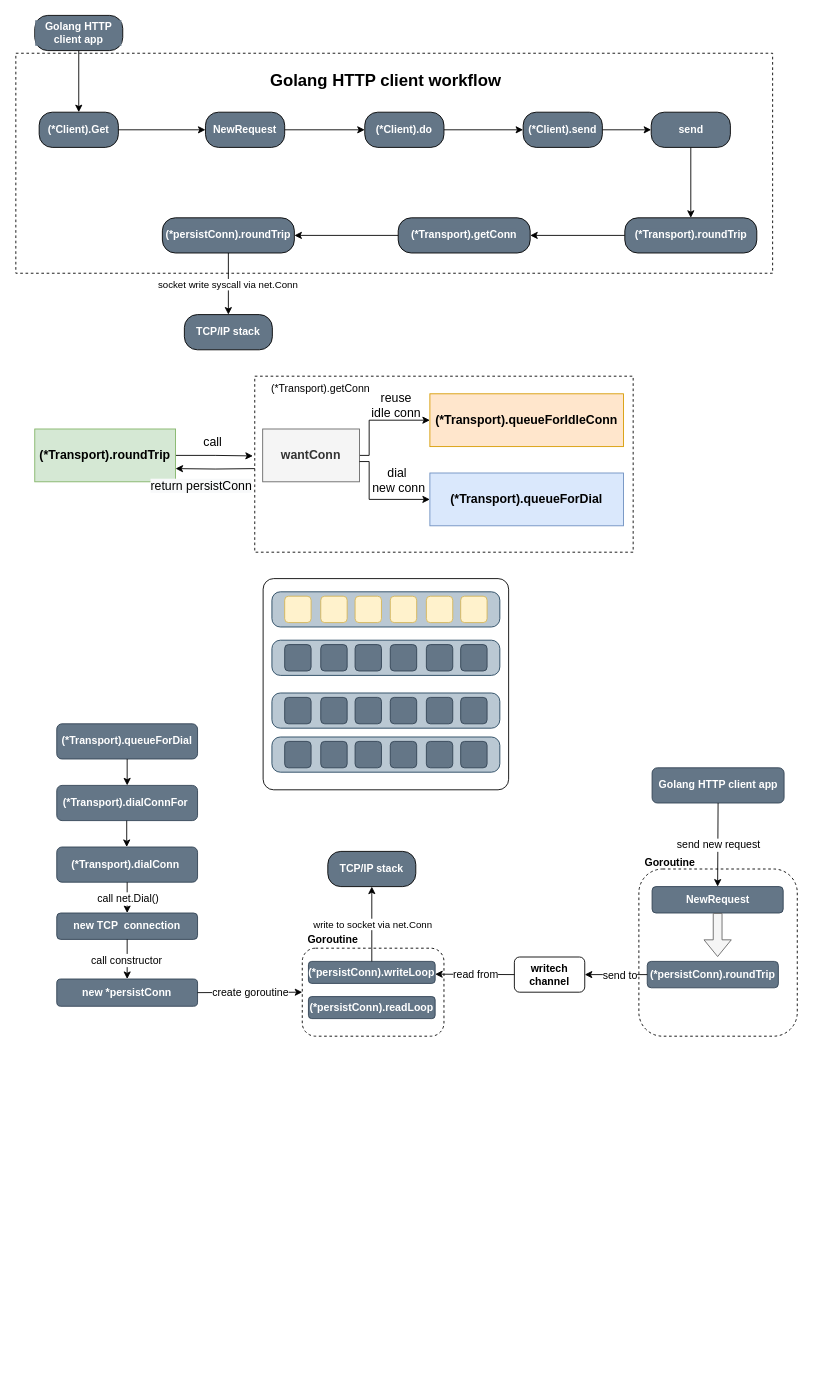
baoqger/drawing.io keeps this draw.io diagram as golang-http1-1-flow.drawio. Above is the earlier version. Source tidied: cells renumbered, new cells numbered last; positions are measured from the earlier drawing's top-left corner, leaving out a move shared by most shapes. Both pictures are drawn from the tidied source at 88%, with x=0, y=0 at pixel (16, 15).
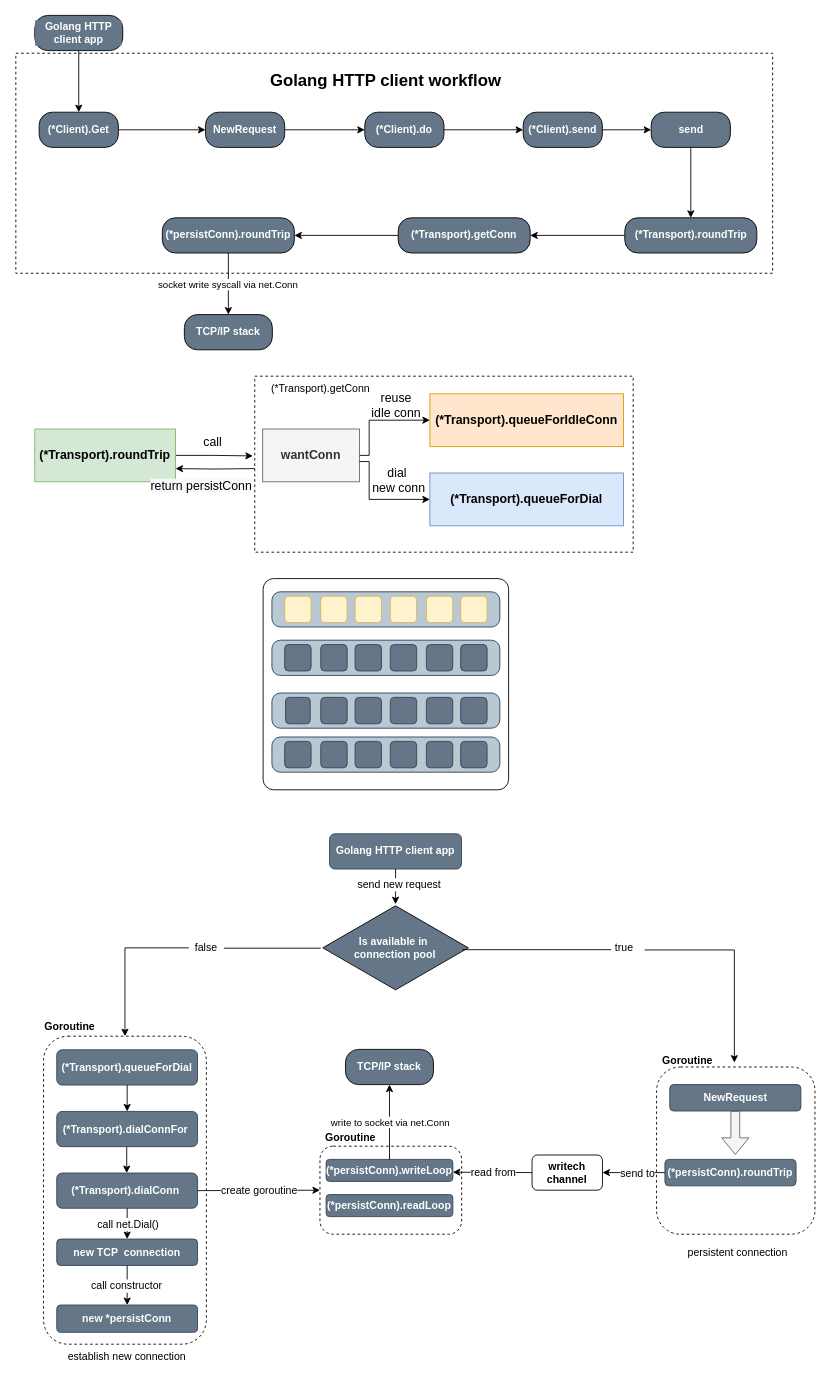
After the change.

The edit, as a diff of the source:
```diff
@@
     <mxCell id="33" style="rounded=1;whiteSpace=wrap;html=1;strokeColor=#314354;fillColor=#647687;fontColor=#ffffff;" parent="1" vertex="1">
-      <mxGeometry x="305" y="775" width="30" height="30" as="geometry" />
+      <mxGeometry x="306" y="775" width="28" height="30" as="geometry" />
     </mxCell>
@@
     <mxCell id="46" value="(*Transport).dialConnFor&amp;nbsp;" style="rounded=1;whiteSpace=wrap;html=1;fillColor=#647687;strokeColor=#314354;fontStyle=1;fontColor=#ffffff;" parent="1" vertex="1">
-      <mxGeometry x="46" y="875" width="160" height="40" as="geometry" />
+      <mxGeometry x="46" y="1245.5" width="160" height="40" as="geometry" />
     </mxCell>
     <mxCell id="47" value="(*Transport).queueForDial" style="rounded=1;whiteSpace=wrap;html=1;fillColor=#647687;strokeColor=#314354;fontStyle=1;fontColor=#ffffff;" parent="1" vertex="1">
-      <mxGeometry x="46" y="805" width="160" height="40" as="geometry" />
+      <mxGeometry x="46" y="1175.5" width="160" height="40" as="geometry" />
     </mxCell>
     <mxCell id="48" value="(*Transport).dialConn&amp;nbsp;" style="rounded=1;whiteSpace=wrap;html=1;fillColor=#647687;strokeColor=#314354;fontStyle=1;fontColor=#ffffff;" parent="1" vertex="1">
-      <mxGeometry x="46" y="945" width="160" height="40" as="geometry" />
+      <mxGeometry x="46" y="1315.5" width="160" height="40" as="geometry" />
     </mxCell>
     <mxCell id="49" value="new TCP&amp;nbsp; connection" style="rounded=1;whiteSpace=wrap;html=1;strokeColor=#314354;fillColor=#647687;fontColor=#ffffff;fontStyle=1;" parent="1" vertex="1">
-      <mxGeometry x="46" y="1020" width="160" height="30" as="geometry" />
+      <mxGeometry x="46" y="1390.5" width="160" height="30" as="geometry" />
     </mxCell>
     <mxCell id="50" style="whiteSpace=wrap;html=1;rounded=1;fontStyle=1;strokeColor=default;fillColor=none;fontColor=default;dashed=1;" parent="1" vertex="1">
-      <mxGeometry x="325" y="1060" width="161" height="100" as="geometry" />
+      <mxGeometry x="345.1" y="1285" width="161" height="100" as="geometry" />
     </mxCell>
     <mxCell id="51" value="(*persistConn).writeLoop" style="rounded=1;whiteSpace=wrap;html=1;strokeColor=#314354;fillColor=#647687;fontColor=#ffffff;fontStyle=1;" parent="1" vertex="1">
-      <mxGeometry x="332" y="1075" width="144" height="25" as="geometry" />
+      <mxGeometry x="352.1" y="1300" width="144" height="25" as="geometry" />
     </mxCell>
     <mxCell id="52" value="(*persistConn).readLoop" style="rounded=1;whiteSpace=wrap;html=1;strokeColor=#314354;fillColor=#647687;fontColor=#ffffff;fontStyle=1;" parent="1" vertex="1">
-      <mxGeometry x="332" y="1115" width="144" height="25" as="geometry" />
+      <mxGeometry x="352.1" y="1340" width="144" height="25" as="geometry" />
     </mxCell>
     <mxCell id="53" value="Goroutine" style="text;html=1;strokeColor=none;fillColor=none;align=center;verticalAlign=middle;whiteSpace=wrap;rounded=0;dashed=1;fontColor=default;fontStyle=1;" parent="1" vertex="1">
-      <mxGeometry x="330" y="1036" width="60" height="30" as="geometry" />
+      <mxGeometry x="350.1" y="1261" width="60" height="30" as="geometry" />
     </mxCell>
     <mxCell id="54" value="(*persistConn).roundTrip" style="rounded=1;whiteSpace=wrap;html=1;strokeColor=#314354;fillColor=#647687;fontColor=#ffffff;fontStyle=1;" parent="1" vertex="1">
-      <mxGeometry x="717" y="1075" width="149" height="30" as="geometry" />
+      <mxGeometry x="737.1" y="1300" width="149" height="30" as="geometry" />
     </mxCell>
     <mxCell id="55" value="writech&lt;br&gt;channel" style="rounded=1;whiteSpace=wrap;html=1;fontColor=default;strokeColor=default;fillColor=none;fontStyle=1;" parent="1" vertex="1">
-      <mxGeometry x="566" y="1070" width="80" height="40" as="geometry" />
+      <mxGeometry x="586.1" y="1295" width="80" height="40" as="geometry" />
     </mxCell>
@@
     <mxCell id="57" style="endArrow=classic;html=1;rounded=0;labelBackgroundColor=default;fontColor=default;strokeColor=default;strokeWidth=1;exitX=0.5;exitY=1;exitDx=0;exitDy=0;entryX=0.5;entryY=0;entryDx=0;entryDy=0;" parent="1" edge="1">
       <mxGeometry relative="1" as="geometry">
-        <mxPoint x="125.5" y="915" as="sourcePoint" />
-        <mxPoint x="125.5" y="945" as="targetPoint" />
+        <mxPoint x="125.5" y="1285.5" as="sourcePoint" />
+        <mxPoint x="125.5" y="1315.5" as="targetPoint" />
       </mxGeometry>
     </mxCell>
     <mxCell id="58" value="NewRequest" style="rounded=1;whiteSpace=wrap;html=1;strokeColor=#314354;fillColor=#647687;fontColor=#ffffff;fontStyle=1;" parent="1" vertex="1">
-      <mxGeometry x="722.5" y="990" width="149" height="30" as="geometry" />
+      <mxGeometry x="742.6" y="1215" width="149" height="30" as="geometry" />
     </mxCell>
     <mxCell id="59" style="shape=flexArrow;endArrow=classic;html=1;rounded=0;labelBackgroundColor=default;fontColor=default;strokeColor=#666666;strokeWidth=1;exitX=0.5;exitY=1;exitDx=0;exitDy=0;fillColor=#f5f5f5;entryX=0.5;entryY=0;entryDx=0;entryDy=0;" parent="1" edge="1" source="58">
       <mxGeometry relative="1" as="geometry">
-        <mxPoint x="797" y="1070" as="targetPoint" />
+        <mxPoint x="817.1" y="1295" as="targetPoint" />
       </mxGeometry>
     </mxCell>
     <mxCell id="60" value="new *persistConn" style="rounded=1;whiteSpace=wrap;html=1;strokeColor=#314354;fillColor=#647687;fontColor=#ffffff;fontStyle=1;" parent="1" vertex="1">
-      <mxGeometry x="46" y="1095" width="160" height="31" as="geometry" />
+      <mxGeometry x="46" y="1465.5" width="160" height="31" as="geometry" />
     </mxCell>
     <mxCell id="61" style="whiteSpace=wrap;html=1;rounded=1;fontStyle=1;strokeColor=default;fillColor=none;fontColor=default;dashed=1;" parent="1" vertex="1">
-      <mxGeometry x="707.5" y="970" width="180" height="190" as="geometry" />
+      <mxGeometry x="727.6" y="1195" width="180" height="190" as="geometry" />
     </mxCell>
     <mxCell id="62" value="Goroutine" style="text;html=1;strokeColor=none;fillColor=none;align=center;verticalAlign=middle;whiteSpace=wrap;rounded=0;dashed=1;fontColor=default;fontStyle=1;" parent="1" vertex="1">
-      <mxGeometry x="712.5" y="948" width="60" height="30" as="geometry" />
+      <mxGeometry x="732.6" y="1173" width="60" height="30" as="geometry" />
     </mxCell>
@@
-    <mxCell id="81" value="Golang HTTP client app" style="rounded=1;whiteSpace=wrap;html=1;fillColor=#647687;strokeColor=#314354;fontStyle=1;fontColor=#ffffff;" parent="1" vertex="1">
-      <mxGeometry x="722.5" y="855" width="150" height="40" as="geometry" />
-    </mxCell>
-    <mxCell id="82" style="endArrow=classic;html=1;rounded=0;fontSize=19;exitX=0.5;exitY=1;exitDx=0;exitDy=0;entryX=0.5;entryY=0;entryDx=0;entryDy=0;" parent="1" edge="1" source="81" target="58">
-      <mxGeometry relative="1" as="geometry" />
-    </mxCell>
-    <mxCell id="83" value="send new request" style="edgeLabel;html=1;align=center;verticalAlign=middle;dashed=1;fontSize=12;" parent="82" vertex="1">
-      <mxGeometry relative="1" as="geometry" />
-    </mxCell>
@@
     <mxCell id="86" style="endArrow=classic;html=1;rounded=0;fontSize=12;entryX=1;entryY=0.5;entryDx=0;entryDy=0;" parent="1" edge="1">
       <mxGeometry relative="1" as="geometry">
-        <mxPoint x="566" y="1090" as="sourcePoint" />
-        <mxPoint x="476" y="1089.5" as="targetPoint" />
+        <mxPoint x="586.1" y="1315" as="sourcePoint" />
+        <mxPoint x="496.1" y="1314.5" as="targetPoint" />
       </mxGeometry>
     </mxCell>
@@
-    <mxCell id="88" style="endArrow=classic;html=1;rounded=0;fontSize=12;exitX=1;exitY=0.5;exitDx=0;exitDy=0;entryX=0;entryY=0.5;entryDx=0;entryDy=0;" parent="1" edge="1" source="60" target="50">
+    <mxCell id="88" style="endArrow=classic;html=1;rounded=0;fontSize=12;exitX=1;exitY=0.5;exitDx=0;exitDy=0;entryX=0;entryY=0.5;entryDx=0;entryDy=0;" parent="1" edge="1" source="48" target="50">
       <mxGeometry relative="1" as="geometry" />
     </mxCell>
@@
     <mxCell id="97" style="endArrow=classic;html=1;rounded=0;exitX=0.5;exitY=0;exitDx=0;exitDy=0;" parent="1" edge="1" source="51">
       <mxGeometry relative="1" as="geometry">
-        <mxPoint x="404" y="990" as="targetPoint" />
+        <mxPoint x="424.1" y="1215" as="targetPoint" />
       </mxGeometry>
     </mxCell>
@@
     <mxCell id="99" value="TCP/IP stack" style="rounded=1;whiteSpace=wrap;html=1;labelBackgroundColor=#647687;fontColor=#FFFFFF;fillColor=#647687;align=center;verticalAlign=middle;arcSize=37;fontStyle=1;" parent="1" vertex="1">
-      <mxGeometry x="354" y="950" width="100" height="40" as="geometry" />
+      <mxGeometry x="374.1" y="1175" width="100" height="40" as="geometry" />
     </mxCell>
+    <mxCell id="100" style="whiteSpace=wrap;html=1;rounded=1;fontStyle=1;strokeColor=default;fillColor=none;fontColor=default;dashed=1;" parent="1" vertex="1">
+      <mxGeometry x="31" y="1160" width="185" height="350" as="geometry" />
+    </mxCell>
+    <mxCell id="81" value="Golang HTTP client app" style="rounded=1;whiteSpace=wrap;html=1;fillColor=#647687;strokeColor=#314354;fontStyle=1;fontColor=#ffffff;" parent="1" vertex="1">
+      <mxGeometry x="356" y="930" width="150" height="40" as="geometry" />
+    </mxCell>
+    <mxCell id="101" value="Is available in&amp;nbsp;&lt;br&gt;connection pool" style="html=1;whiteSpace=wrap;shape=isoRectangle;fillColor=#647687;fontColor=#FFFFFF;fontStyle=1;" parent="1" vertex="1">
+      <mxGeometry x="348.3" y="1010" width="165.4" height="99.2" as="geometry" />
+    </mxCell>
+    <mxCell id="102" style="endArrow=classic;html=1;rounded=0;fontColor=#FFFFFF;exitX=0.5;exitY=1;exitDx=0;exitDy=0;" parent="1" edge="1" source="81" target="101">
+      <mxGeometry relative="1" as="geometry" />
+    </mxCell>
+    <mxCell id="83" value="send new request" style="edgeLabel;html=1;align=center;verticalAlign=middle;dashed=1;fontSize=12;" parent="1" vertex="1">
+      <mxGeometry x="434" y="987" as="geometry" />
+    </mxCell>
+    <mxCell id="103" style="edgeStyle=segmentEdgeStyle;endArrow=classic;html=1;rounded=0;fontColor=#FFFFFF;entryX=0.5;entryY=0;entryDx=0;entryDy=0;startArrow=none;" parent="1" edge="1" source="104" target="100">
+      <mxGeometry relative="1" as="geometry">
+        <Array as="points">
+          <mxPoint x="124" y="1060" />
+        </Array>
+      </mxGeometry>
+    </mxCell>
+    <mxCell id="104" value="false" style="text;html=1;strokeColor=none;fillColor=none;align=center;verticalAlign=middle;whiteSpace=wrap;rounded=0;fontColor=#000000;" parent="1" vertex="1">
+      <mxGeometry x="196" y="1044.6" width="40" height="30" as="geometry" />
+    </mxCell>
+    <mxCell id="105" style="edgeStyle=segmentEdgeStyle;endArrow=none;html=1;rounded=0;fontColor=#FFFFFF;" parent="1" edge="1" target="104">
+      <mxGeometry relative="1" as="geometry">
+        <mxPoint x="346" y="1060" as="sourcePoint" />
+      </mxGeometry>
+    </mxCell>
+    <mxCell id="106" style="edgeStyle=segmentEdgeStyle;endArrow=classic;html=1;rounded=0;fontColor=#000000;startArrow=none;" parent="1" edge="1">
+      <mxGeometry relative="1" as="geometry">
+        <mxPoint x="714" y="1062" as="sourcePoint" />
+        <mxPoint x="816" y="1190" as="targetPoint" />
+        <Array as="points">
+          <mxPoint x="714" y="1062" />
+          <mxPoint x="816" y="1062" />
+        </Array>
+      </mxGeometry>
+    </mxCell>
+    <mxCell id="107" value="true" style="text;html=1;strokeColor=none;fillColor=none;align=center;verticalAlign=middle;whiteSpace=wrap;rounded=0;fontColor=#000000;" parent="1" vertex="1">
+      <mxGeometry x="676" y="1044.6" width="30" height="30" as="geometry" />
+    </mxCell>
+    <mxCell id="108" style="edgeStyle=segmentEdgeStyle;endArrow=none;html=1;rounded=0;fontColor=#000000;exitX=0.959;exitY=0.521;exitDx=0;exitDy=0;exitPerimeter=0;" parent="1" edge="1" source="101" target="107">
+      <mxGeometry relative="1" as="geometry" />
+    </mxCell>
+    <mxCell id="109" value="Goroutine" style="text;html=1;strokeColor=none;fillColor=none;align=center;verticalAlign=middle;whiteSpace=wrap;rounded=0;dashed=1;fontColor=default;fontStyle=1;" parent="1" vertex="1">
+      <mxGeometry x="31" y="1134" width="60" height="30" as="geometry" />
+    </mxCell>
+    <mxCell id="110" value="establish new connection" style="text;html=1;strokeColor=none;fillColor=none;align=center;verticalAlign=middle;whiteSpace=wrap;rounded=0;fontColor=#000000;" parent="1" vertex="1">
+      <mxGeometry x="51" y="1510" width="150" height="30" as="geometry" />
+    </mxCell>
+    <mxCell id="111" value="persistent connection" style="text;html=1;strokeColor=none;fillColor=none;align=center;verticalAlign=middle;whiteSpace=wrap;rounded=0;fontColor=#000000;" parent="1" vertex="1">
+      <mxGeometry x="745.1" y="1390.5" width="150" height="30" as="geometry" />
+    </mxCell>
```
